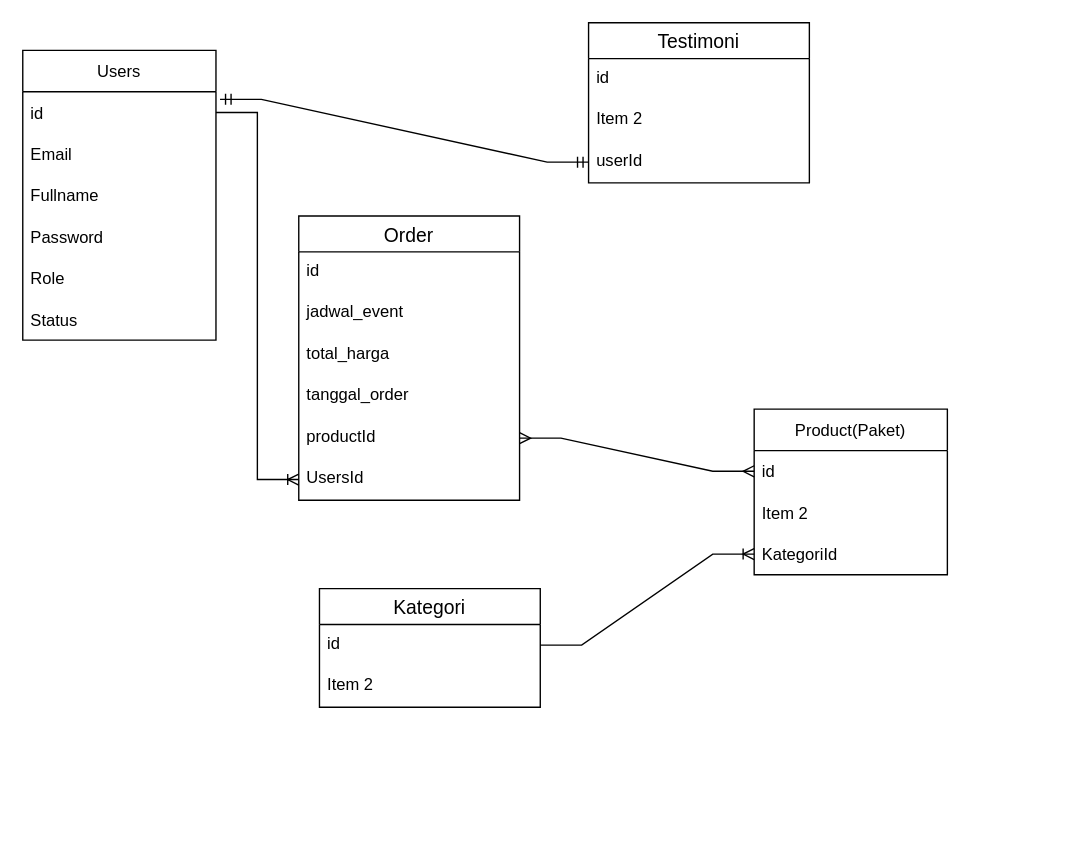
Before: Untitled Diagram.drawio in hafiedh/ardawalika, a draw.io diagram. Source tidied: cells renumbered, new cells numbered last; positions are measured from the earlier drawing's top-left corner, leaving out a move shared by most shapes. Both pictures are drawn from the tidied source at 138%, with x=0, y=0 at pixel (22, 22).
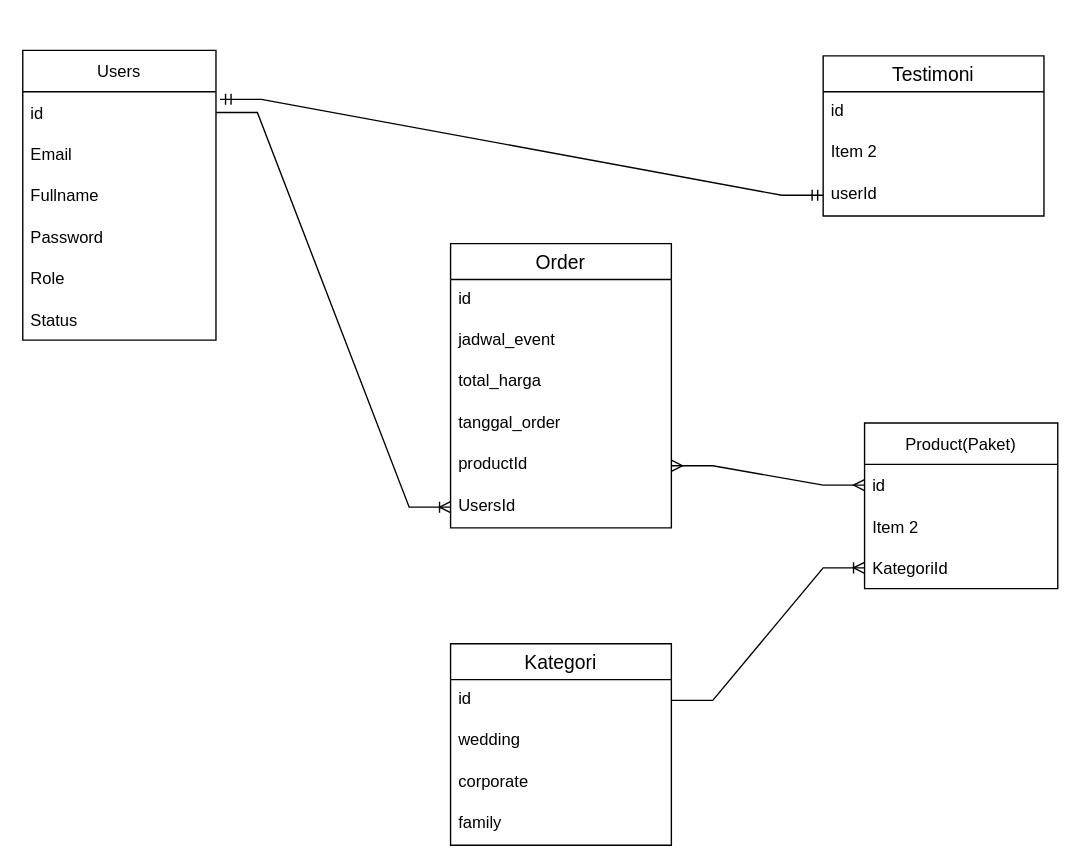
The same diagram, later.

What changed in the source:
```diff
@@
     <mxCell id="9" value="Product(Paket)" style="swimlane;fontStyle=0;horizontal=1;startSize=30;" parent="1" vertex="1">
-      <mxGeometry x="530" y="280" width="140" height="120" as="geometry" />
+      <mxGeometry x="610" y="290" width="140" height="120" as="geometry" />
     </mxCell>
@@
     <mxCell id="14" value="Order" style="swimlane;fontStyle=0;horizontal=1;startSize=26;align=center;fontSize=14;" parent="1" vertex="1">
-      <mxGeometry x="200" y="140" width="160" height="206" as="geometry" />
+      <mxGeometry x="310" y="160" width="160" height="206" as="geometry" />
     </mxCell>
@@
     <mxCell id="22" value="Kategori" style="swimlane;fontStyle=0;horizontal=1;startSize=26;align=center;fontSize=14;" parent="1" vertex="1">
-      <mxGeometry x="215" y="410" width="160" height="86" as="geometry" />
+      <mxGeometry x="310" y="450" width="160" height="146" as="geometry" />
     </mxCell>
@@
-    <mxCell id="24" value="Item 2" style="text;strokeColor=none;fillColor=none;spacingLeft=4;spacingRight=4;overflow=hidden;fontSize=12;" parent="22" vertex="1">
+    <mxCell id="24" value="wedding" style="text;strokeColor=none;fillColor=none;spacingLeft=4;spacingRight=4;overflow=hidden;fontSize=12;" parent="22" vertex="1">
       <mxGeometry y="56" width="160" height="30" as="geometry" />
     </mxCell>
+    <mxCell id="31" value="corporate" style="text;strokeColor=none;fillColor=none;spacingLeft=4;spacingRight=4;overflow=hidden;fontSize=12;" parent="22" vertex="1">
+      <mxGeometry y="86" width="160" height="30" as="geometry" />
+    </mxCell>
+    <mxCell id="32" value="family" style="text;strokeColor=none;fillColor=none;spacingLeft=4;spacingRight=4;overflow=hidden;fontSize=12;" parent="22" vertex="1">
+      <mxGeometry y="116" width="160" height="30" as="geometry" />
+    </mxCell>
@@
     <mxCell id="26" value="Testimoni" style="swimlane;fontStyle=0;horizontal=1;startSize=26;align=center;fontSize=14;" parent="1" vertex="1">
-      <mxGeometry x="410" width="160" height="116" as="geometry" />
+      <mxGeometry x="580" y="24" width="160" height="116" as="geometry" />
     </mxCell>
```
